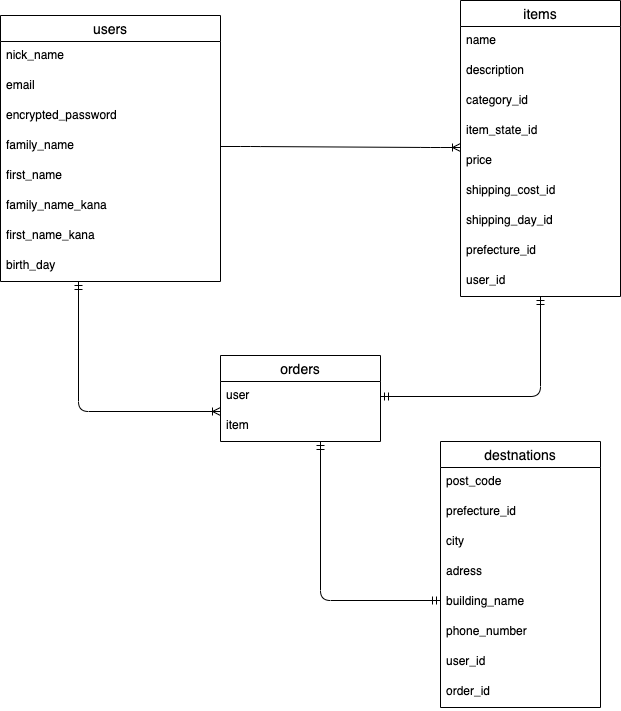
sochi0720/furima-33467 keeps this draw.io diagram as ERD.png. Above is the earlier version. Source tidied: cells renumbered, new cells last; positions are measured from the earlier drawing's top-left corner, leaving out a move shared by most shapes.
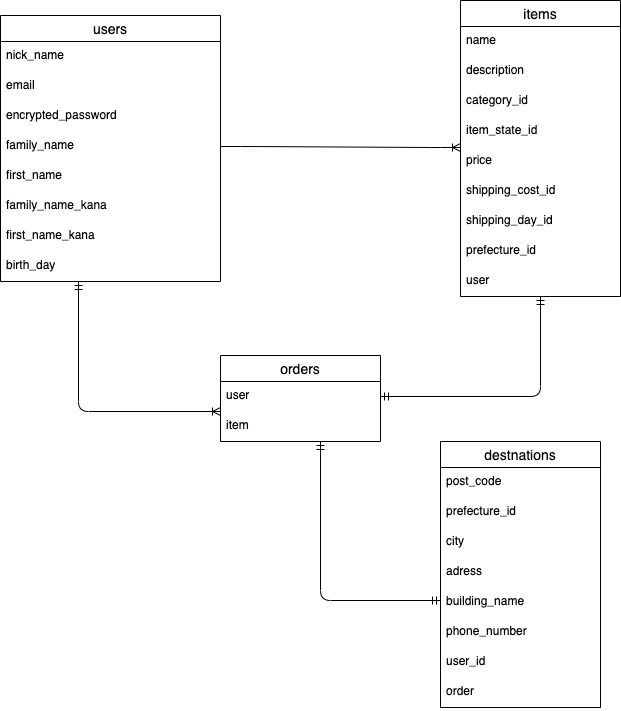
The same diagram one commit later.

Change to the diagram source:
```diff
@@ -29,7 +29,7 @@
     <mxCell id="10" value="prefecture_id" style="text;strokeColor=none;fillColor=none;spacingLeft=4;spacingRight=4;overflow=hidden;fontSize=12;" parent="2" vertex="1">
       <mxGeometry y="236" width="160" height="30" as="geometry" />
     </mxCell>
-    <mxCell id="11" value="user_id" style="text;strokeColor=none;fillColor=none;spacingLeft=4;spacingRight=4;overflow=hidden;fontSize=12;" parent="2" vertex="1">
+    <mxCell id="11" value="user" style="text;strokeColor=none;fillColor=none;spacingLeft=4;spacingRight=4;overflow=hidden;fontSize=12;" parent="2" vertex="1">
       <mxGeometry y="266" width="160" height="30" as="geometry" />
     </mxCell>
     <mxCell id="12" value="destnations" style="swimlane;fontStyle=0;horizontal=1;startSize=26;align=center;fontSize=14;" parent="1" vertex="1">
@@ -56,7 +56,7 @@
     <mxCell id="19" value="user_id" style="text;strokeColor=none;fillColor=none;spacingLeft=4;spacingRight=4;overflow=hidden;fontSize=12;" parent="12" vertex="1">
       <mxGeometry y="206" width="160" height="30" as="geometry" />
     </mxCell>
-    <mxCell id="20" value="order_id" style="text;strokeColor=none;fillColor=none;spacingLeft=4;spacingRight=4;overflow=hidden;fontSize=12;rounded=0;sketch=0;" parent="12" vertex="1">
+    <mxCell id="20" value="order" style="text;strokeColor=none;fillColor=none;spacingLeft=4;spacingRight=4;overflow=hidden;fontSize=12;rounded=0;sketch=0;" parent="12" vertex="1">
       <mxGeometry y="236" width="160" height="30" as="geometry" />
     </mxCell>
     <mxCell id="21" value="users" style="swimlane;fontStyle=0;horizontal=1;startSize=26;align=center;fontSize=14;" parent="1" vertex="1">
```
